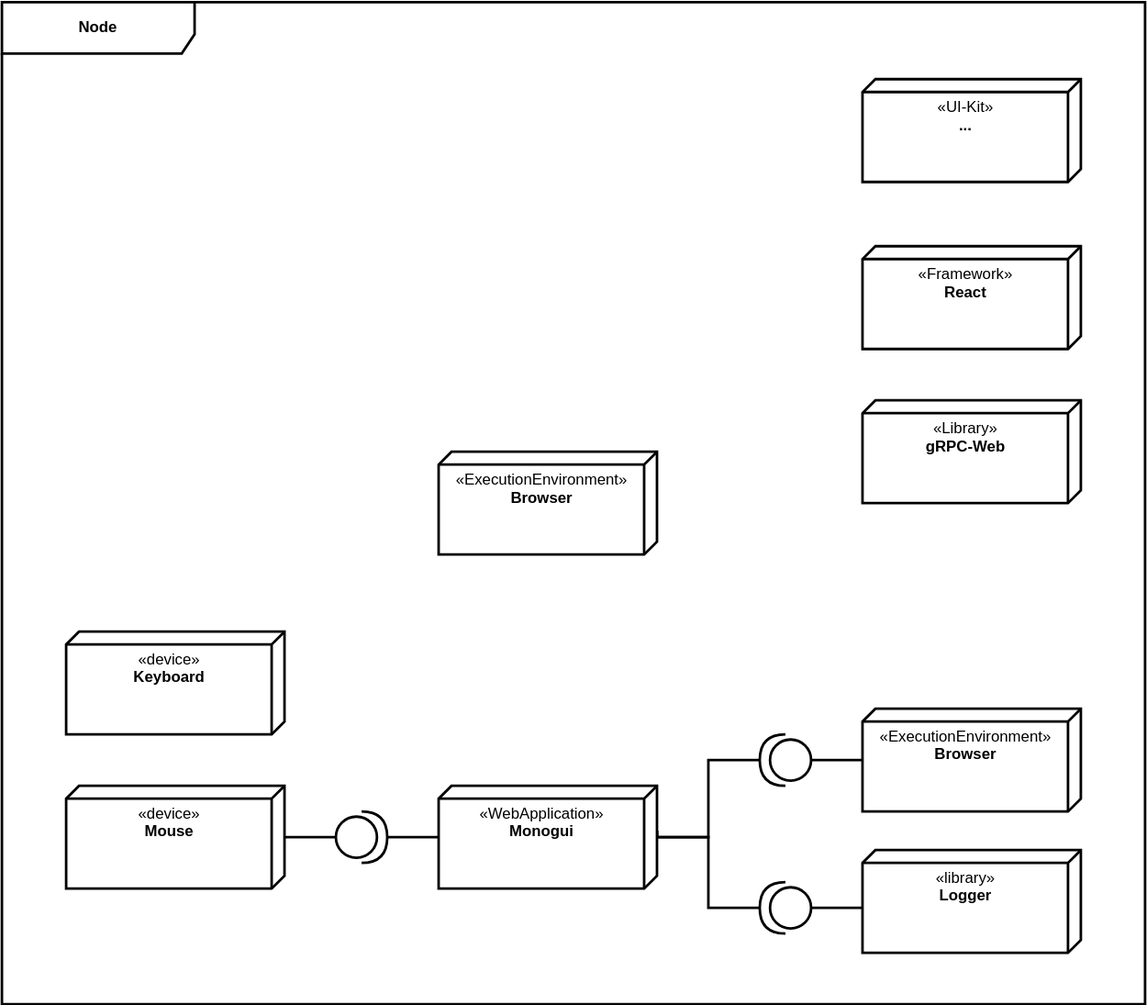
HaniAlshikh/bachelor-thesis keeps this draw.io diagram as src/template_thesis/diagrams/audit_browser/audit_browser_technical_context.drawio.svg. Above is the earlier version. Source tidied: cells renumbered, new cells last; positions are measured from the earlier drawing's top-left corner, leaving out a move shared by most shapes.
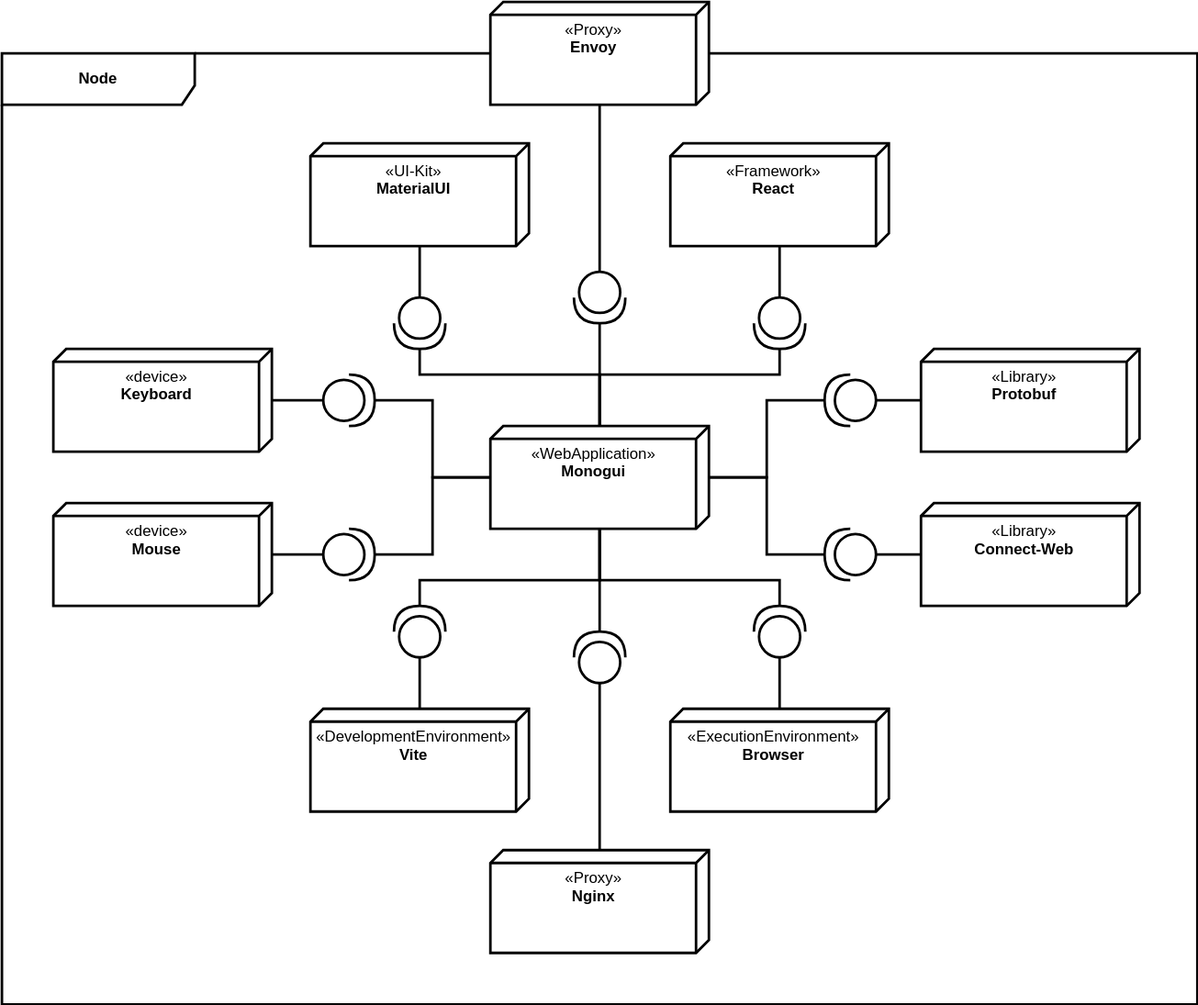
Above is the later version.

Change to the diagram source:
```diff
@@ -3,7 +3,7 @@
     <mxCell id="0" />
     <mxCell id="1" parent="0" />
     <mxCell id="2" value="&lt;b&gt;Node&lt;/b&gt;" style="shape=umlFrame;whiteSpace=wrap;html=1;fontFamily=Helvetica;strokeWidth=2;align=center;verticalAlign=middle;width=150;height=40;" parent="1" vertex="1">
-      <mxGeometry width="890" height="780" as="geometry" />
+      <mxGeometry x="-28" y="70" width="930" height="740" as="geometry" />
     </mxCell>
     <mxCell id="3" style="edgeStyle=orthogonalEdgeStyle;rounded=0;orthogonalLoop=1;jettySize=auto;html=1;entryX=0;entryY=0.5;entryDx=0;entryDy=0;entryPerimeter=0;fontFamily=Helvetica;fontSize=12;endArrow=none;endFill=0;strokeWidth=2;" parent="1" edge="1">
       <mxGeometry relative="1" as="geometry">
@@ -14,67 +14,144 @@
       <mxGeometry relative="1" as="geometry" />
     </mxCell>
     <mxCell id="5" value="«ExecutionEnvironment»&lt;br&gt;&lt;b&gt;Browser&lt;/b&gt;" style="verticalAlign=top;align=center;spacingTop=8;spacingLeft=2;spacingRight=12;shape=cube;size=10;direction=south;fontStyle=0;html=1;strokeWidth=2;" parent="1" vertex="1">
-      <mxGeometry x="670" y="550" width="170" height="80" as="geometry" />
+      <mxGeometry x="492" y="580" width="170" height="80" as="geometry" />
     </mxCell>
+    <mxCell id="22" style="shape=connector;rounded=0;html=1;labelBackgroundColor=default;strokeColor=default;strokeWidth=2;fontFamily=Helvetica;fontSize=12;fontColor=default;endArrow=none;endFill=0;edgeStyle=orthogonalEdgeStyle;" parent="1" edge="1" source="6" target="15">
+      <mxGeometry relative="1" as="geometry">
+        <Array as="points">
+          <mxPoint x="577" y="480" />
+          <mxPoint x="437" y="480" />
+        </Array>
+      </mxGeometry>
+    </mxCell>
-    <mxCell id="6" style="shape=providedRequiredInterface;html=1;verticalLabelPosition=bottom;sketch=0;fontFamily=Helvetica;fontSize=12;strokeWidth=2;align=center;verticalAlign=middle;rotation=-180;" parent="1" vertex="1">
-      <mxGeometry x="590" y="570" width="40" height="40" as="geometry" />
+    <mxCell id="6" style="shape=providedRequiredInterface;html=1;verticalLabelPosition=bottom;sketch=0;fontFamily=Helvetica;fontSize=12;strokeWidth=2;align=center;verticalAlign=middle;rotation=-180;direction=south;" parent="1" vertex="1">
+      <mxGeometry x="557" y="500" width="40" height="40" as="geometry" />
     </mxCell>
-    <mxCell id="7" value="«library»&lt;br&gt;&lt;b&gt;Logger&lt;/b&gt;" style="verticalAlign=top;align=center;spacingTop=8;spacingLeft=2;spacingRight=12;shape=cube;size=10;direction=south;fontStyle=0;html=1;strokeWidth=2;" parent="1" vertex="1">
-      <mxGeometry x="670" y="660" width="170" height="80" as="geometry" />
-    </mxCell>
-    <mxCell id="8" style="edgeStyle=orthogonalEdgeStyle;rounded=0;html=1;entryX=0;entryY=0;entryDx=45;entryDy=170;entryPerimeter=0;endArrow=none;endFill=0;strokeWidth=2;" parent="1" edge="1" source="9" target="7">
-      <mxGeometry relative="1" as="geometry" />
-    </mxCell>
-    <mxCell id="9" style="shape=providedRequiredInterface;html=1;verticalLabelPosition=bottom;sketch=0;fontFamily=Helvetica;fontSize=12;strokeWidth=2;align=center;verticalAlign=middle;rotation=-180;" parent="1" vertex="1">
-      <mxGeometry x="590" y="685" width="40" height="40" as="geometry" />
-    </mxCell>
     <mxCell id="10" style="edgeStyle=orthogonalEdgeStyle;shape=connector;rounded=0;html=1;labelBackgroundColor=default;fontFamily=Helvetica;fontSize=12;fontColor=default;endArrow=none;endFill=0;strokeColor=default;strokeWidth=2;" parent="1" edge="1" source="11" target="16">
       <mxGeometry relative="1" as="geometry" />
     </mxCell>
     <mxCell id="11" value="«device»&lt;br&gt;&lt;b&gt;Mouse&lt;/b&gt;" style="verticalAlign=top;align=center;spacingTop=8;spacingLeft=2;spacingRight=12;shape=cube;size=10;direction=south;fontStyle=0;html=1;strokeWidth=2;" parent="1" vertex="1">
-      <mxGeometry x="50" y="610" width="170" height="80" as="geometry" />
+      <mxGeometry x="12" y="420" width="170" height="80" as="geometry" />
     </mxCell>
-    <mxCell id="12" style="edgeStyle=orthogonalEdgeStyle;shape=connector;rounded=0;html=1;entryX=1;entryY=0.5;entryDx=0;entryDy=0;entryPerimeter=0;labelBackgroundColor=default;fontFamily=Helvetica;fontSize=12;fontColor=default;endArrow=none;endFill=0;strokeColor=default;strokeWidth=2;exitX=0;exitY=0;exitDx=35;exitDy=0;exitPerimeter=0;" parent="1" edge="1" source="15" target="9">
-      <mxGeometry relative="1" as="geometry">
-        <Array as="points">
-          <mxPoint x="510" y="650" />
-          <mxPoint x="550" y="650" />
-          <mxPoint x="550" y="705" />
-        </Array>
-      </mxGeometry>
-    </mxCell>
-    <mxCell id="13" style="edgeStyle=orthogonalEdgeStyle;shape=connector;rounded=0;html=1;entryX=1;entryY=0.5;entryDx=0;entryDy=0;entryPerimeter=0;labelBackgroundColor=default;fontFamily=Helvetica;fontSize=12;fontColor=default;endArrow=none;endFill=0;strokeColor=default;strokeWidth=2;exitX=0;exitY=0;exitDx=35;exitDy=0;exitPerimeter=0;" parent="1" edge="1" source="15" target="6">
-      <mxGeometry relative="1" as="geometry">
-        <Array as="points">
-          <mxPoint x="510" y="650" />
-          <mxPoint x="550" y="650" />
-          <mxPoint x="550" y="590" />
-        </Array>
-      </mxGeometry>
-    </mxCell>
     <mxCell id="14" style="edgeStyle=orthogonalEdgeStyle;shape=connector;rounded=0;html=1;entryX=1;entryY=0.5;entryDx=0;entryDy=0;entryPerimeter=0;labelBackgroundColor=default;fontFamily=Helvetica;fontSize=12;fontColor=default;endArrow=none;endFill=0;strokeColor=default;strokeWidth=2;" parent="1" edge="1" source="15" target="16">
       <mxGeometry relative="1" as="geometry" />
     </mxCell>
+    <mxCell id="23" style="edgeStyle=orthogonalEdgeStyle;shape=connector;rounded=0;html=1;labelBackgroundColor=default;strokeColor=default;strokeWidth=2;fontFamily=Helvetica;fontSize=12;fontColor=default;endArrow=none;endFill=0;" parent="1" edge="1" source="15" target="41">
+      <mxGeometry relative="1" as="geometry">
+        <Array as="points">
+          <mxPoint x="437" y="480" />
+          <mxPoint x="297" y="480" />
+        </Array>
+      </mxGeometry>
+    </mxCell>
+    <mxCell id="24" style="edgeStyle=orthogonalEdgeStyle;shape=connector;rounded=0;html=1;labelBackgroundColor=default;strokeColor=default;strokeWidth=2;fontFamily=Helvetica;fontSize=12;fontColor=default;endArrow=none;endFill=0;" parent="1" edge="1" source="15" target="42">
+      <mxGeometry relative="1" as="geometry" />
+    </mxCell>
+    <mxCell id="25" style="edgeStyle=orthogonalEdgeStyle;shape=connector;rounded=0;html=1;labelBackgroundColor=default;strokeColor=default;strokeWidth=2;fontFamily=Helvetica;fontSize=12;fontColor=default;endArrow=none;endFill=0;" parent="1" edge="1" source="15" target="32">
+      <mxGeometry relative="1" as="geometry" />
+    </mxCell>
+    <mxCell id="26" style="edgeStyle=orthogonalEdgeStyle;shape=connector;rounded=0;html=1;labelBackgroundColor=default;strokeColor=default;strokeWidth=2;fontFamily=Helvetica;fontSize=12;fontColor=default;endArrow=none;endFill=0;" parent="1" edge="1" source="15" target="49">
+      <mxGeometry relative="1" as="geometry" />
+    </mxCell>
+    <mxCell id="27" style="edgeStyle=orthogonalEdgeStyle;shape=connector;rounded=0;html=1;labelBackgroundColor=default;strokeColor=default;strokeWidth=2;fontFamily=Helvetica;fontSize=12;fontColor=default;endArrow=none;endFill=0;" parent="1" edge="1" source="15" target="50">
+      <mxGeometry relative="1" as="geometry" />
+    </mxCell>
     <mxCell id="15" value="«WebApplication»&lt;br&gt;&lt;b&gt;Monogui&lt;/b&gt;" style="verticalAlign=top;align=center;spacingTop=8;spacingLeft=2;spacingRight=12;shape=cube;size=10;direction=south;fontStyle=0;html=1;strokeWidth=2;" parent="1" vertex="1">
-      <mxGeometry x="340" y="610" width="170" height="80" as="geometry" />
+      <mxGeometry x="352" y="360" width="170" height="80" as="geometry" />
     </mxCell>
     <mxCell id="16" style="shape=providedRequiredInterface;html=1;verticalLabelPosition=bottom;sketch=0;fontFamily=Helvetica;fontSize=12;strokeWidth=2;align=center;verticalAlign=middle;rotation=-180;direction=west;" parent="1" vertex="1">
-      <mxGeometry x="260" y="630" width="40" height="40" as="geometry" />
+      <mxGeometry x="222" y="440" width="40" height="40" as="geometry" />
     </mxCell>
+    <mxCell id="28" style="edgeStyle=orthogonalEdgeStyle;shape=connector;rounded=0;html=1;labelBackgroundColor=default;strokeColor=default;strokeWidth=2;fontFamily=Helvetica;fontSize=12;fontColor=default;endArrow=none;endFill=0;" parent="1" edge="1" source="17" target="32">
+      <mxGeometry relative="1" as="geometry" />
+    </mxCell>
-    <mxCell id="17" value="«Library»&lt;br&gt;&lt;b&gt;gRPC-Web&lt;/b&gt;" style="verticalAlign=top;align=center;spacingTop=8;spacingLeft=2;spacingRight=12;shape=cube;size=10;direction=south;fontStyle=0;html=1;strokeWidth=2;" parent="1" vertex="1">
-      <mxGeometry x="670" y="310" width="170" height="80" as="geometry" />
+    <mxCell id="17" value="«Library»&lt;br&gt;&lt;b&gt;Connect-Web&lt;/b&gt;" style="verticalAlign=top;align=center;spacingTop=8;spacingLeft=2;spacingRight=12;shape=cube;size=10;direction=south;fontStyle=0;html=1;strokeWidth=2;" parent="1" vertex="1">
+      <mxGeometry x="687" y="420" width="170" height="80" as="geometry" />
     </mxCell>
+    <mxCell id="29" style="edgeStyle=orthogonalEdgeStyle;shape=connector;rounded=0;html=1;labelBackgroundColor=default;strokeColor=default;strokeWidth=2;fontFamily=Helvetica;fontSize=12;fontColor=default;endArrow=none;endFill=0;" parent="1" edge="1" source="18" target="46">
+      <mxGeometry relative="1" as="geometry" />
+    </mxCell>
     <mxCell id="18" value="«device»&lt;br&gt;&lt;b&gt;Keyboard&lt;/b&gt;" style="verticalAlign=top;align=center;spacingTop=8;spacingLeft=2;spacingRight=12;shape=cube;size=10;direction=south;fontStyle=0;html=1;strokeWidth=2;" parent="1" vertex="1">
-      <mxGeometry x="50" y="490" width="170" height="80" as="geometry" />
+      <mxGeometry x="12" y="300" width="170" height="80" as="geometry" />
     </mxCell>
-    <mxCell id="19" value="«ExecutionEnvironment»&lt;br&gt;&lt;b&gt;Browser&lt;/b&gt;" style="verticalAlign=top;align=center;spacingTop=8;spacingLeft=2;spacingRight=12;shape=cube;size=10;direction=south;fontStyle=0;html=1;strokeWidth=2;" parent="1" vertex="1">
-      <mxGeometry x="340" y="350" width="170" height="80" as="geometry" />
-    </mxCell>
+    <mxCell id="30" style="edgeStyle=orthogonalEdgeStyle;shape=connector;rounded=0;html=1;labelBackgroundColor=default;strokeColor=default;strokeWidth=2;fontFamily=Helvetica;fontSize=12;fontColor=default;endArrow=none;endFill=0;" parent="1" edge="1" source="20" target="48">
+      <mxGeometry relative="1" as="geometry" />
+    </mxCell>
     <mxCell id="20" value="«Framework»&lt;br&gt;&lt;b&gt;React&lt;/b&gt;" style="verticalAlign=top;align=center;spacingTop=8;spacingLeft=2;spacingRight=12;shape=cube;size=10;direction=south;fontStyle=0;html=1;strokeWidth=2;" parent="1" vertex="1">
-      <mxGeometry x="670" y="190" width="170" height="80" as="geometry" />
+      <mxGeometry x="492" y="140" width="170" height="80" as="geometry" />
     </mxCell>
+    <mxCell id="31" style="edgeStyle=orthogonalEdgeStyle;shape=connector;rounded=0;html=1;labelBackgroundColor=default;strokeColor=default;strokeWidth=2;fontFamily=Helvetica;fontSize=12;fontColor=default;endArrow=none;endFill=0;" parent="1" edge="1" source="21" target="44">
+      <mxGeometry relative="1" as="geometry" />
+    </mxCell>
-    <mxCell id="21" value="«UI-Kit»&lt;br&gt;&lt;b&gt;...&lt;/b&gt;" style="verticalAlign=top;align=center;spacingTop=8;spacingLeft=2;spacingRight=12;shape=cube;size=10;direction=south;fontStyle=0;html=1;strokeWidth=2;" parent="1" vertex="1">
-      <mxGeometry x="670" y="60" width="170" height="80" as="geometry" />
+    <mxCell id="21" value="«UI-Kit»&lt;br&gt;&lt;b&gt;MaterialUI&lt;/b&gt;" style="verticalAlign=top;align=center;spacingTop=8;spacingLeft=2;spacingRight=12;shape=cube;size=10;direction=south;fontStyle=0;html=1;strokeWidth=2;" parent="1" vertex="1">
+      <mxGeometry x="212" y="140" width="170" height="80" as="geometry" />
     </mxCell>
+    <mxCell id="32" style="shape=providedRequiredInterface;html=1;verticalLabelPosition=bottom;sketch=0;fontFamily=Helvetica;fontSize=12;strokeWidth=2;align=center;verticalAlign=middle;rotation=-180;" parent="1" vertex="1">
+      <mxGeometry x="612" y="440" width="40" height="40" as="geometry" />
+    </mxCell>
+    <mxCell id="33" style="edgeStyle=orthogonalEdgeStyle;shape=connector;rounded=0;html=1;labelBackgroundColor=default;strokeColor=default;strokeWidth=2;fontFamily=Helvetica;fontSize=12;fontColor=default;endArrow=none;endFill=0;" parent="1" edge="1" source="34" target="41">
+      <mxGeometry relative="1" as="geometry" />
+    </mxCell>
+    <mxCell id="34" value="«DevelopmentEnvironment»&lt;br&gt;&lt;b&gt;Vite&lt;/b&gt;" style="verticalAlign=top;align=center;spacingTop=8;spacingLeft=2;spacingRight=12;shape=cube;size=10;direction=south;fontStyle=0;html=1;strokeWidth=2;" parent="1" vertex="1">
+      <mxGeometry x="212" y="580" width="170" height="80" as="geometry" />
+    </mxCell>
+    <mxCell id="35" style="edgeStyle=orthogonalEdgeStyle;shape=connector;rounded=0;html=1;labelBackgroundColor=default;strokeColor=default;strokeWidth=2;fontFamily=Helvetica;fontSize=12;fontColor=default;endArrow=none;endFill=0;" parent="1" edge="1" source="36" target="50">
+      <mxGeometry relative="1" as="geometry" />
+    </mxCell>
+    <mxCell id="36" value="«Library»&lt;br&gt;&lt;b&gt;Protobuf&lt;/b&gt;" style="verticalAlign=top;align=center;spacingTop=8;spacingLeft=2;spacingRight=12;shape=cube;size=10;direction=south;fontStyle=0;html=1;strokeWidth=2;" parent="1" vertex="1">
+      <mxGeometry x="687" y="300" width="170" height="80" as="geometry" />
+    </mxCell>
+    <mxCell id="37" style="edgeStyle=orthogonalEdgeStyle;shape=connector;rounded=0;html=1;labelBackgroundColor=default;strokeColor=default;strokeWidth=2;fontFamily=Helvetica;fontSize=12;fontColor=default;endArrow=none;endFill=0;" parent="1" edge="1" source="38" target="49">
+      <mxGeometry relative="1" as="geometry" />
+    </mxCell>
+    <mxCell id="38" value="«Proxy»&lt;br&gt;&lt;b&gt;Envoy&lt;/b&gt;" style="verticalAlign=top;align=center;spacingTop=8;spacingLeft=2;spacingRight=12;shape=cube;size=10;direction=south;fontStyle=0;html=1;strokeWidth=2;" parent="1" vertex="1">
+      <mxGeometry x="352" y="30" width="170" height="80" as="geometry" />
+    </mxCell>
+    <mxCell id="39" style="edgeStyle=orthogonalEdgeStyle;shape=connector;rounded=0;html=1;labelBackgroundColor=default;strokeColor=default;strokeWidth=2;fontFamily=Helvetica;fontSize=12;fontColor=default;endArrow=none;endFill=0;" parent="1" edge="1" source="40" target="42">
+      <mxGeometry relative="1" as="geometry" />
+    </mxCell>
+    <mxCell id="40" value="«Proxy»&lt;br&gt;&lt;b&gt;Nginx&lt;br&gt;&lt;/b&gt;" style="verticalAlign=top;align=center;spacingTop=8;spacingLeft=2;spacingRight=12;shape=cube;size=10;direction=south;fontStyle=0;html=1;strokeWidth=2;" parent="1" vertex="1">
+      <mxGeometry x="352" y="690" width="170" height="80" as="geometry" />
+    </mxCell>
+    <mxCell id="41" style="shape=providedRequiredInterface;html=1;verticalLabelPosition=bottom;sketch=0;fontFamily=Helvetica;fontSize=12;strokeWidth=2;align=center;verticalAlign=middle;rotation=-180;direction=south;" parent="1" vertex="1">
+      <mxGeometry x="277" y="500" width="40" height="40" as="geometry" />
+    </mxCell>
+    <mxCell id="42" style="shape=providedRequiredInterface;html=1;verticalLabelPosition=bottom;sketch=0;fontFamily=Helvetica;fontSize=12;strokeWidth=2;align=center;verticalAlign=middle;rotation=-180;direction=south;" parent="1" vertex="1">
+      <mxGeometry x="417" y="520" width="40" height="40" as="geometry" />
+    </mxCell>
+    <mxCell id="43" style="edgeStyle=orthogonalEdgeStyle;shape=connector;rounded=0;html=1;labelBackgroundColor=default;strokeColor=default;strokeWidth=2;fontFamily=Helvetica;fontSize=12;fontColor=default;endArrow=none;endFill=0;" parent="1" edge="1" source="44" target="15">
+      <mxGeometry relative="1" as="geometry">
+        <Array as="points">
+          <mxPoint x="297" y="320" />
+          <mxPoint x="437" y="320" />
+        </Array>
+      </mxGeometry>
+    </mxCell>
+    <mxCell id="44" style="shape=providedRequiredInterface;html=1;verticalLabelPosition=bottom;sketch=0;fontFamily=Helvetica;fontSize=12;strokeWidth=2;align=center;verticalAlign=middle;rotation=-180;direction=north;" parent="1" vertex="1">
+      <mxGeometry x="277" y="260" width="40" height="40" as="geometry" />
+    </mxCell>
+    <mxCell id="45" style="edgeStyle=orthogonalEdgeStyle;shape=connector;rounded=0;html=1;labelBackgroundColor=default;strokeColor=default;strokeWidth=2;fontFamily=Helvetica;fontSize=12;fontColor=default;endArrow=none;endFill=0;" parent="1" edge="1" source="46" target="15">
+      <mxGeometry relative="1" as="geometry" />
+    </mxCell>
+    <mxCell id="46" style="shape=providedRequiredInterface;html=1;verticalLabelPosition=bottom;sketch=0;fontFamily=Helvetica;fontSize=12;strokeWidth=2;align=center;verticalAlign=middle;rotation=-180;direction=west;" parent="1" vertex="1">
+      <mxGeometry x="222" y="320" width="40" height="40" as="geometry" />
+    </mxCell>
+    <mxCell id="47" style="edgeStyle=orthogonalEdgeStyle;shape=connector;rounded=0;html=1;labelBackgroundColor=default;strokeColor=default;strokeWidth=2;fontFamily=Helvetica;fontSize=12;fontColor=default;endArrow=none;endFill=0;" parent="1" edge="1" source="48" target="15">
+      <mxGeometry relative="1" as="geometry">
+        <Array as="points">
+          <mxPoint x="577" y="320" />
+          <mxPoint x="437" y="320" />
+        </Array>
+      </mxGeometry>
+    </mxCell>
+    <mxCell id="48" style="shape=providedRequiredInterface;html=1;verticalLabelPosition=bottom;sketch=0;fontFamily=Helvetica;fontSize=12;strokeWidth=2;align=center;verticalAlign=middle;rotation=-180;direction=north;" parent="1" vertex="1">
+      <mxGeometry x="557" y="260" width="40" height="40" as="geometry" />
+    </mxCell>
+    <mxCell id="49" style="shape=providedRequiredInterface;html=1;verticalLabelPosition=bottom;sketch=0;fontFamily=Helvetica;fontSize=12;strokeWidth=2;align=center;verticalAlign=middle;rotation=-180;direction=north;" parent="1" vertex="1">
+      <mxGeometry x="417" y="240" width="40" height="40" as="geometry" />
+    </mxCell>
+    <mxCell id="50" style="shape=providedRequiredInterface;html=1;verticalLabelPosition=bottom;sketch=0;fontFamily=Helvetica;fontSize=12;strokeWidth=2;align=center;verticalAlign=middle;rotation=-180;" parent="1" vertex="1">
+      <mxGeometry x="612" y="320" width="40" height="40" as="geometry" />
+    </mxCell>
   </root>
 </mxGraphModel>
```
